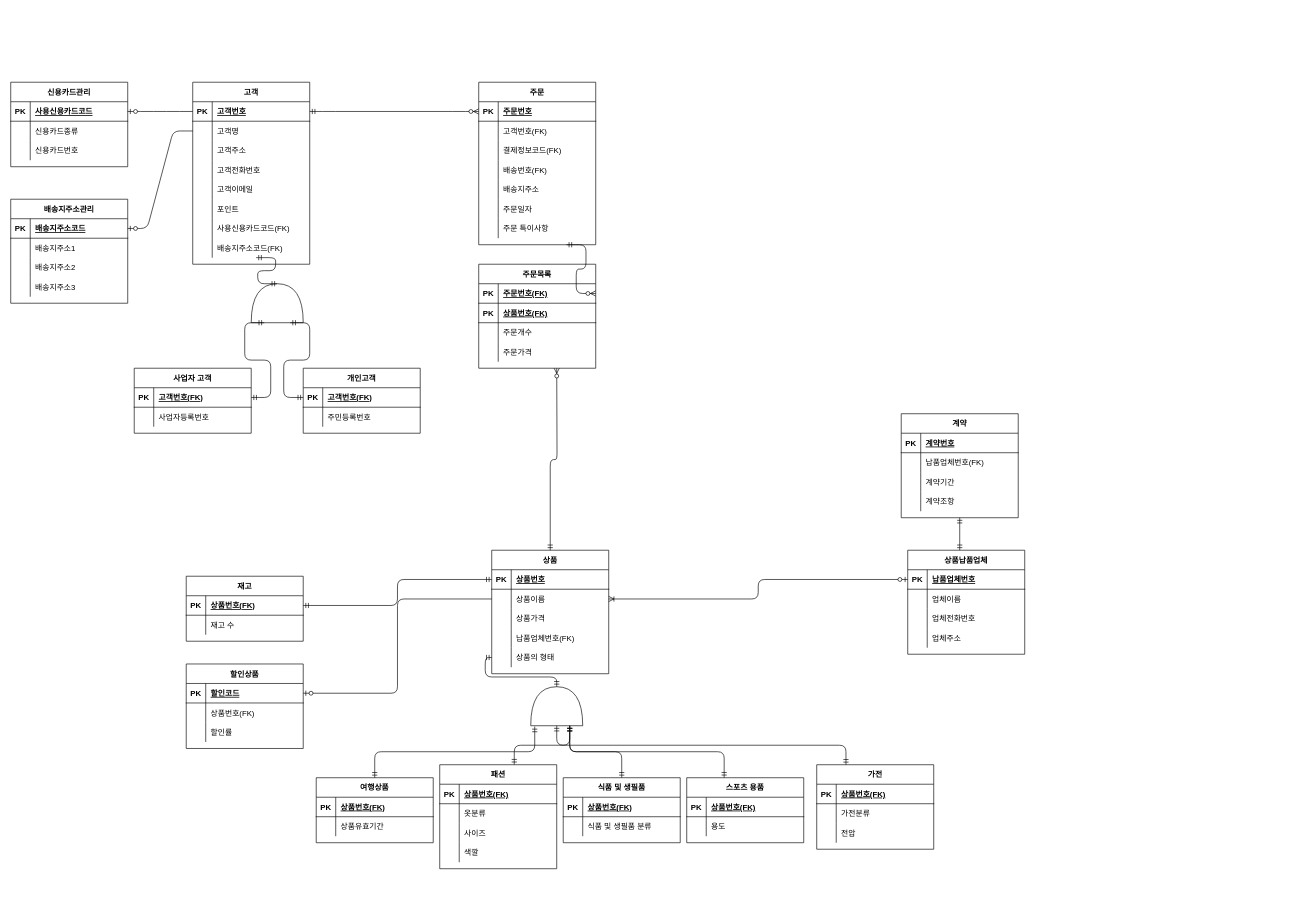
Before: Gmarket.drawio in iks15174/block_crash_javascripte, a draw.io diagram. Source tidied: cells renumbered, new cells numbered last; positions are measured from the earlier drawing's top-left corner, leaving out a move shared by most shapes. Both pictures are drawn from the tidied source at 65%, with x=0, y=0 at pixel (10, 82).
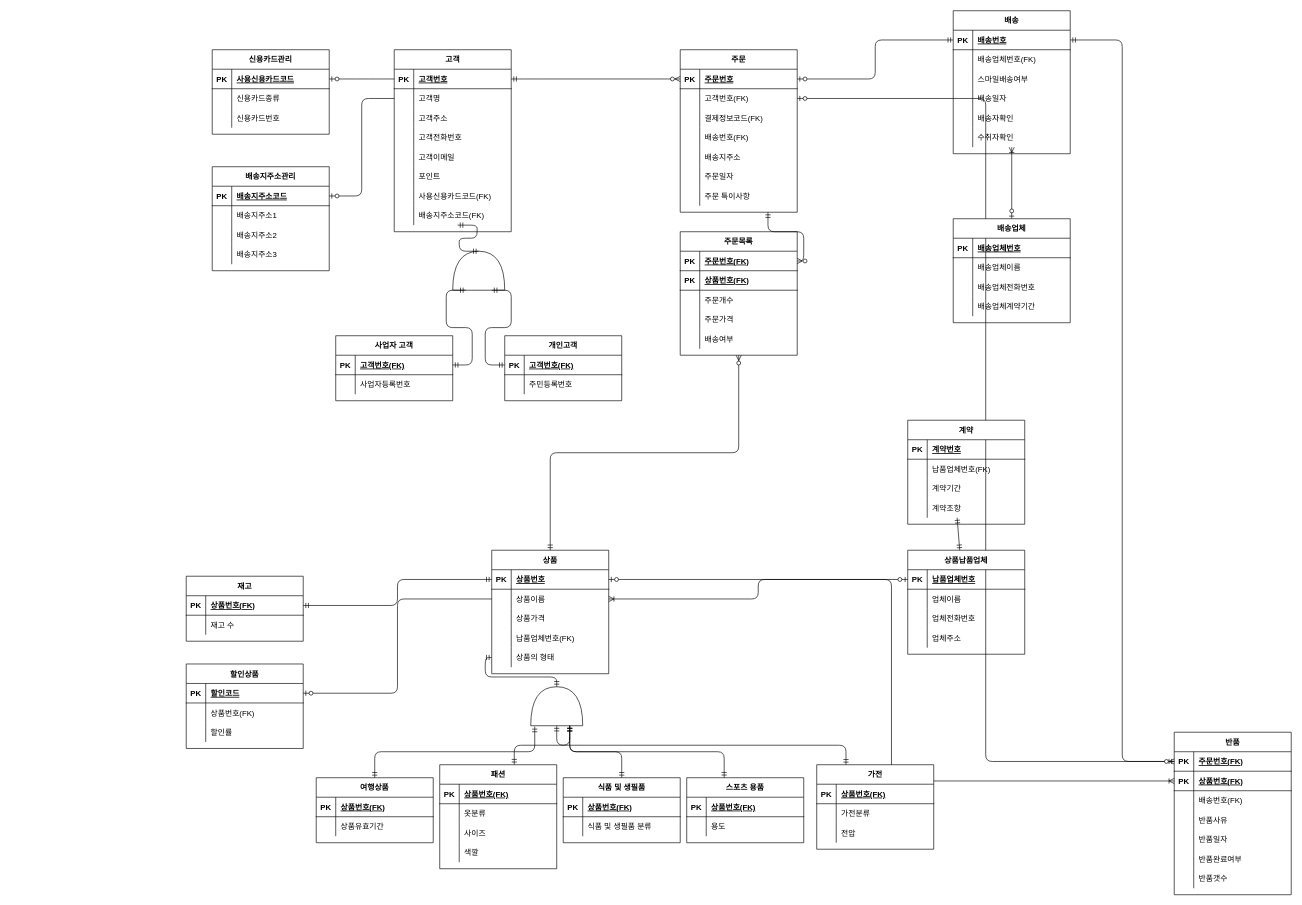
The same diagram, later.

Commit message:
고객센터 및 결제 방법만 추가하면됨

The change refers to these unchanged cells:
```xml
<mxCell id="6" style="shape=partialRectangle;fillColor=none;top=0;left=0;bottom=0;right=0;points=[[0,0.5],[1,0.5]];portConstraint=eastwest;" parent="2" vertex="1">
  <mxGeometry y="60" width="180" height="30" as="geometry" />
</mxCell>
<mxCell id="38" style="shape=partialRectangle;fillColor=none;top=0;left=0;bottom=1;right=0;points=[[0,0.5],[1,0.5]];portConstraint=eastwest;" parent="37" vertex="1">
  <mxGeometry y="30" width="180" height="30" as="geometry" />
</mxCell>
<mxCell id="71" style="shape=partialRectangle;fillColor=none;top=0;left=0;bottom=1;right=0;points=[[0,0.5],[1,0.5]];portConstraint=eastwest;" parent="70" vertex="1">
  <mxGeometry y="30" width="180" height="30" as="geometry" />
</mxCell>
<mxCell id="74" style="shape=partialRectangle;fillColor=none;top=0;left=0;bottom=0;right=0;points=[[0,0.5],[1,0.5]];portConstraint=eastwest;" parent="70" vertex="1">
  <mxGeometry y="60" width="180" height="30" as="geometry" />
</mxCell>
<mxCell id="93" style="shape=partialRectangle;fillColor=none;top=0;left=0;bottom=1;right=0;points=[[0,0.5],[1,0.5]];portConstraint=eastwest;" parent="92" vertex="1">
  <mxGeometry y="30" width="180" height="30" as="geometry" />
</mxCell>
<mxCell id="114" value="상품" style="shape=table;startSize=30;childLayout=tableLayout;rowLines=0;fontStyle=1;align=center;" parent="1" vertex="1">
  <mxGeometry x="740" y="720" width="180" height="190" as="geometry" />
</mxCell>
<mxCell id="115" style="shape=partialRectangle;fillColor=none;top=0;left=0;bottom=1;right=0;points=[[0,0.5],[1,0.5]];portConstraint=eastwest;" parent="114" vertex="1">
  <mxGeometry y="30" width="180" height="30" as="geometry" />
</mxCell>
```

Change to the diagram source:
```diff
@@
+    <mxCell id="222" style="edgeStyle=orthogonalEdgeStyle;fontSize=12;html=1;endArrow=ERoneToMany;startArrow=ERzeroToOne;entryX=0;entryY=0.5;entryDx=0;entryDy=0;exitX=1;exitY=0.5;exitDx=0;exitDy=0;" parent="1" edge="1" source="115" target="265">
+      <mxGeometry relative="1" as="geometry" />
+    </mxCell>
+    <mxCell id="223" style="edgeStyle=orthogonalEdgeStyle;fontSize=12;html=1;endArrow=ERoneToMany;startArrow=ERzeroToOne;entryX=0;entryY=0.5;entryDx=0;entryDy=0;" parent="1" edge="1" source="74" target="262">
+      <mxGeometry relative="1" as="geometry" />
+    </mxCell>
     <mxCell id="2" value="고객" style="shape=table;startSize=30;childLayout=tableLayout;rowLines=0;fontStyle=1;align=center;" parent="1" vertex="1">
-      <mxGeometry x="280" width="180" height="280" as="geometry" />
+      <mxGeometry x="590" y="-50" width="180" height="280" as="geometry" />
     </mxCell>
@@
     <mxCell id="27" value="신용카드관리" style="shape=table;startSize=30;childLayout=tableLayout;rowLines=0;fontStyle=1;align=center;" parent="1" vertex="1">
-      <mxGeometry width="180" height="130" as="geometry" />
+      <mxGeometry x="310" y="-50" width="180" height="130" as="geometry" />
     </mxCell>
@@
     <mxCell id="37" value="배송지주소관리" style="shape=table;startSize=30;childLayout=tableLayout;rowLines=0;fontStyle=1;align=center;" parent="1" vertex="1">
-      <mxGeometry y="180" width="180" height="160" as="geometry" />
+      <mxGeometry x="310" y="130" width="180" height="160" as="geometry" />
     </mxCell>
@@
-    <mxCell id="50" style="edgeStyle=entityRelationEdgeStyle;fontSize=12;html=1;endArrow=ERzeroToOne;endFill=1;entryX=1;entryY=0.5;entryDx=0;entryDy=0;exitX=0;exitY=0.5;exitDx=0;exitDy=0;" parent="1" edge="1" source="6" target="38">
+    <mxCell id="50" style="edgeStyle=orthogonalEdgeStyle;fontSize=12;html=1;endArrow=ERzeroToOne;endFill=1;entryX=1;entryY=0.5;entryDx=0;entryDy=0;exitX=0;exitY=0.5;exitDx=0;exitDy=0;" parent="1" edge="1" source="6" target="38">
       <mxGeometry relative="1" as="geometry" />
     </mxCell>
@@
     <mxCell id="52" style="shape=or;whiteSpace=wrap;html=1;rotation=-90;" parent="1" vertex="1">
-      <mxGeometry x="380" y="300" width="60" height="80" as="geometry" />
+      <mxGeometry x="690" y="250" width="60" height="80" as="geometry" />
     </mxCell>
     <mxCell id="53" value="개인고객" style="shape=table;startSize=30;childLayout=tableLayout;rowLines=0;fontStyle=1;align=center;" parent="1" vertex="1">
-      <mxGeometry x="450" y="440" width="180" height="100" as="geometry" />
+      <mxGeometry x="760" y="390" width="180" height="100" as="geometry" />
     </mxCell>
@@
     <mxCell id="60" value="사업자 고객" style="shape=table;startSize=30;childLayout=tableLayout;rowLines=0;fontStyle=1;align=center;" parent="1" vertex="1">
-      <mxGeometry x="190" y="440" width="180" height="100" as="geometry" />
+      <mxGeometry x="500" y="390" width="180" height="100" as="geometry" />
     </mxCell>
@@
     <mxCell id="70" value="주문" style="shape=table;startSize=30;childLayout=tableLayout;rowLines=0;fontStyle=1;align=center;" parent="1" vertex="1">
-      <mxGeometry x="720" width="180" height="250" as="geometry" />
+      <mxGeometry x="1030" y="-50" width="180" height="250" as="geometry" />
     </mxCell>
@@
     <mxCell id="92" value="주문목록" style="shape=table;startSize=30;childLayout=tableLayout;rowLines=0;fontStyle=1;align=center;" parent="1" vertex="1">
-      <mxGeometry x="720" y="280" width="180" height="160" as="geometry" />
+      <mxGeometry x="1030" y="230" width="180" height="190" as="geometry" />
     </mxCell>
@@
+    <mxCell id="224" style="shape=partialRectangle;fillColor=none;top=0;left=0;bottom=0;right=0;" parent="92" vertex="1">
+      <mxGeometry y="150" width="180" height="30" as="geometry" />
+    </mxCell>
+    <mxCell id="225" style="shape=partialRectangle;fillColor=none;top=0;left=0;bottom=0;right=0;overflow=hidden;" parent="224" vertex="1">
+      <mxGeometry width="30" height="30" as="geometry" />
+    </mxCell>
+    <mxCell id="226" value="배송여부" style="shape=partialRectangle;fillColor=none;top=0;left=0;bottom=0;right=0;align=left;spacingLeft=6;overflow=hidden;" parent="224" vertex="1">
+      <mxGeometry x="30" width="150" height="30" as="geometry" />
+    </mxCell>
@@
-    <mxCell id="106" style="edgeStyle=entityRelationEdgeStyle;fontSize=12;html=1;endArrow=ERzeroToMany;startArrow=ERmandOne;entryX=1;entryY=0.5;entryDx=0;entryDy=0;exitX=0.75;exitY=1;exitDx=0;exitDy=0;" parent="1" edge="1" source="70" target="93">
+    <mxCell id="106" style="edgeStyle=orthogonalEdgeStyle;fontSize=12;html=1;endArrow=ERzeroToMany;startArrow=ERmandOne;entryX=1;entryY=0.5;entryDx=0;entryDy=0;exitX=0.75;exitY=1;exitDx=0;exitDy=0;" parent="1" edge="1" source="70" target="93">
       <mxGeometry relative="1" as="geometry" />
     </mxCell>
@@
-    <mxCell id="182" style="edgeStyle=orthogonalEdgeStyle;fontSize=12;html=1;endArrow=ERzeroToMany;startArrow=ERmandOne;exitX=0.5;exitY=0;exitDx=0;exitDy=0;" parent="1" edge="1" source="114">
-      <mxGeometry relative="1" as="geometry">
-        <mxPoint x="840" y="440" as="targetPoint" />
-      </mxGeometry>
+    <mxCell id="182" style="edgeStyle=orthogonalEdgeStyle;fontSize=12;html=1;endArrow=ERzeroToMany;startArrow=ERmandOne;exitX=0.5;exitY=0;exitDx=0;exitDy=0;entryX=0.5;entryY=1;entryDx=0;entryDy=0;" parent="1" edge="1" source="114" target="92">
+      <mxGeometry relative="1" as="geometry" />
     </mxCell>
@@
     <mxCell id="207" value="계약" style="shape=table;startSize=30;childLayout=tableLayout;rowLines=0;fontStyle=1;align=center;" parent="1" vertex="1">
-      <mxGeometry x="1370" y="510" width="180" height="160" as="geometry" />
+      <mxGeometry x="1380" y="520" width="180" height="160" as="geometry" />
     </mxCell>
@@
-    <mxCell id="220" style="fontSize=12;html=1;endArrow=ERmandOne;startArrow=ERmandOne;entryX=0.5;entryY=1;entryDx=0;entryDy=0;" parent="1" edge="1" target="207">
+    <mxCell id="220" style="fontSize=12;html=1;endArrow=ERmandOne;startArrow=ERmandOne;" parent="1" edge="1">
       <mxGeometry relative="1" as="geometry">
         <mxPoint x="1460" y="720" as="sourcePoint" />
+        <mxPoint x="1456" y="670" as="targetPoint" />
       </mxGeometry>
     </mxCell>
@@
+    <mxCell id="227" value="배송" style="shape=table;startSize=30;childLayout=tableLayout;rowLines=0;fontStyle=1;align=center;" parent="1" vertex="1">
+      <mxGeometry x="1450" y="-110" width="180" height="220" as="geometry" />
+    </mxCell>
+    <mxCell id="228" style="shape=partialRectangle;fillColor=none;top=0;left=0;bottom=1;right=0;points=[[0,0.5],[1,0.5]];portConstraint=eastwest;" parent="227" vertex="1">
+      <mxGeometry y="30" width="180" height="30" as="geometry" />
+    </mxCell>
+    <mxCell id="229" value="PK" style="shape=partialRectangle;fillColor=none;top=0;left=0;bottom=0;right=0;fontStyle=1;overflow=hidden;" parent="228" vertex="1">
+      <mxGeometry width="30" height="30" as="geometry" />
+    </mxCell>
+    <mxCell id="230" value="배송번호" style="shape=partialRectangle;fillColor=none;top=0;left=0;bottom=0;right=0;align=left;spacingLeft=6;fontStyle=5;overflow=hidden;" parent="228" vertex="1">
+      <mxGeometry x="30" width="150" height="30" as="geometry" />
+    </mxCell>
+    <mxCell id="231" style="shape=partialRectangle;fillColor=none;top=0;left=0;bottom=0;right=0;" parent="227" vertex="1">
+      <mxGeometry y="60" width="180" height="30" as="geometry" />
+    </mxCell>
+    <mxCell id="232" style="shape=partialRectangle;fillColor=none;top=0;left=0;bottom=0;right=0;overflow=hidden;" parent="231" vertex="1">
+      <mxGeometry width="30" height="30" as="geometry" />
+    </mxCell>
+    <mxCell id="233" value="배송업체번호(FK)" style="shape=partialRectangle;fillColor=none;top=0;left=0;bottom=0;right=0;align=left;spacingLeft=6;overflow=hidden;" parent="231" vertex="1">
+      <mxGeometry x="30" width="150" height="30" as="geometry" />
+    </mxCell>
+    <mxCell id="234" style="shape=partialRectangle;fillColor=none;top=0;left=0;bottom=0;right=0;" parent="227" vertex="1">
+      <mxGeometry y="90" width="180" height="30" as="geometry" />
+    </mxCell>
+    <mxCell id="235" style="shape=partialRectangle;fillColor=none;top=0;left=0;bottom=0;right=0;overflow=hidden;" parent="234" vertex="1">
+      <mxGeometry width="30" height="30" as="geometry" />
+    </mxCell>
+    <mxCell id="236" value="스마일배송여부" style="shape=partialRectangle;fillColor=none;top=0;left=0;bottom=0;right=0;align=left;spacingLeft=6;overflow=hidden;" parent="234" vertex="1">
+      <mxGeometry x="30" width="150" height="30" as="geometry" />
+    </mxCell>
+    <mxCell id="237" style="shape=partialRectangle;fillColor=none;top=0;left=0;bottom=0;right=0;" parent="227" vertex="1">
+      <mxGeometry y="120" width="180" height="30" as="geometry" />
+    </mxCell>
+    <mxCell id="238" style="shape=partialRectangle;fillColor=none;top=0;left=0;bottom=0;right=0;overflow=hidden;" parent="237" vertex="1">
+      <mxGeometry width="30" height="30" as="geometry" />
+    </mxCell>
+    <mxCell id="239" value="배송일자" style="shape=partialRectangle;fillColor=none;top=0;left=0;bottom=0;right=0;align=left;spacingLeft=6;overflow=hidden;" parent="237" vertex="1">
+      <mxGeometry x="30" width="150" height="30" as="geometry" />
+    </mxCell>
+    <mxCell id="240" style="shape=partialRectangle;fillColor=none;top=0;left=0;bottom=0;right=0;" parent="227" vertex="1">
+      <mxGeometry y="150" width="180" height="30" as="geometry" />
+    </mxCell>
+    <mxCell id="241" style="shape=partialRectangle;fillColor=none;top=0;left=0;bottom=0;right=0;overflow=hidden;" parent="240" vertex="1">
+      <mxGeometry width="30" height="30" as="geometry" />
+    </mxCell>
+    <mxCell id="242" value="배송자확인" style="shape=partialRectangle;fillColor=none;top=0;left=0;bottom=0;right=0;align=left;spacingLeft=6;overflow=hidden;" parent="240" vertex="1">
+      <mxGeometry x="30" width="150" height="30" as="geometry" />
+    </mxCell>
+    <mxCell id="243" style="shape=partialRectangle;fillColor=none;top=0;left=0;bottom=0;right=0;points=[[0,0.5],[1,0.5]];portConstraint=eastwest;" parent="227" vertex="1">
+      <mxGeometry y="180" width="180" height="30" as="geometry" />
+    </mxCell>
+    <mxCell id="244" style="shape=partialRectangle;fillColor=none;top=0;left=0;bottom=0;right=0;overflow=hidden;" parent="243" vertex="1">
+      <mxGeometry width="30" height="30" as="geometry" />
+    </mxCell>
+    <mxCell id="245" value="수취자확인" style="shape=partialRectangle;fillColor=none;top=0;left=0;bottom=0;right=0;align=left;spacingLeft=6;overflow=hidden;" parent="243" vertex="1">
+      <mxGeometry x="30" width="150" height="30" as="geometry" />
+    </mxCell>
+    <mxCell id="246" value="배송업체" style="shape=table;startSize=30;childLayout=tableLayout;rowLines=0;fontStyle=1;align=center;" parent="1" vertex="1">
+      <mxGeometry x="1450" y="210" width="180" height="160" as="geometry" />
+    </mxCell>
+    <mxCell id="247" style="shape=partialRectangle;fillColor=none;top=0;left=0;bottom=1;right=0;" parent="246" vertex="1">
+      <mxGeometry y="30" width="180" height="30" as="geometry" />
+    </mxCell>
+    <mxCell id="248" value="PK" style="shape=partialRectangle;fillColor=none;top=0;left=0;bottom=0;right=0;fontStyle=1;overflow=hidden;" parent="247" vertex="1">
+      <mxGeometry width="30" height="30" as="geometry" />
+    </mxCell>
+    <mxCell id="249" value="배송업체번호" style="shape=partialRectangle;fillColor=none;top=0;left=0;bottom=0;right=0;align=left;spacingLeft=6;fontStyle=5;overflow=hidden;" parent="247" vertex="1">
+      <mxGeometry x="30" width="150" height="30" as="geometry" />
+    </mxCell>
+    <mxCell id="250" style="shape=partialRectangle;fillColor=none;top=0;left=0;bottom=0;right=0;" parent="246" vertex="1">
+      <mxGeometry y="60" width="180" height="30" as="geometry" />
+    </mxCell>
+    <mxCell id="251" style="shape=partialRectangle;fillColor=none;top=0;left=0;bottom=0;right=0;overflow=hidden;" parent="250" vertex="1">
+      <mxGeometry width="30" height="30" as="geometry" />
+    </mxCell>
+    <mxCell id="252" value="배송업체이름" style="shape=partialRectangle;fillColor=none;top=0;left=0;bottom=0;right=0;align=left;spacingLeft=6;overflow=hidden;" parent="250" vertex="1">
+      <mxGeometry x="30" width="150" height="30" as="geometry" />
+    </mxCell>
+    <mxCell id="253" style="shape=partialRectangle;fillColor=none;top=0;left=0;bottom=0;right=0;" parent="246" vertex="1">
+      <mxGeometry y="90" width="180" height="30" as="geometry" />
+    </mxCell>
+    <mxCell id="254" style="shape=partialRectangle;fillColor=none;top=0;left=0;bottom=0;right=0;overflow=hidden;" parent="253" vertex="1">
+      <mxGeometry width="30" height="30" as="geometry" />
+    </mxCell>
+    <mxCell id="255" value="배송업체전화번호" style="shape=partialRectangle;fillColor=none;top=0;left=0;bottom=0;right=0;align=left;spacingLeft=6;overflow=hidden;" parent="253" vertex="1">
+      <mxGeometry x="30" width="150" height="30" as="geometry" />
+    </mxCell>
+    <mxCell id="256" style="shape=partialRectangle;fillColor=none;top=0;left=0;bottom=0;right=0;" parent="246" vertex="1">
+      <mxGeometry y="120" width="180" height="30" as="geometry" />
+    </mxCell>
+    <mxCell id="257" style="shape=partialRectangle;fillColor=none;top=0;left=0;bottom=0;right=0;overflow=hidden;" parent="256" vertex="1">
+      <mxGeometry width="30" height="30" as="geometry" />
+    </mxCell>
+    <mxCell id="258" value="배송업체계약기간" style="shape=partialRectangle;fillColor=none;top=0;left=0;bottom=0;right=0;align=left;spacingLeft=6;overflow=hidden;" parent="256" vertex="1">
+      <mxGeometry x="30" width="150" height="30" as="geometry" />
+    </mxCell>
+    <mxCell id="259" style="fontSize=12;html=1;endArrow=ERoneToMany;startArrow=ERzeroToOne;exitX=0.5;exitY=0;exitDx=0;exitDy=0;" parent="1" edge="1" source="246" target="243">
+      <mxGeometry relative="1" as="geometry" />
+    </mxCell>
+    <mxCell id="260" style="edgeStyle=orthogonalEdgeStyle;fontSize=12;html=1;endArrow=ERzeroToOne;startArrow=ERmandOne;exitX=0;exitY=0.5;exitDx=0;exitDy=0;" parent="1" edge="1" source="228" target="71">
+      <mxGeometry relative="1" as="geometry" />
+    </mxCell>
+    <mxCell id="261" value="반품" style="shape=table;startSize=30;childLayout=tableLayout;rowLines=0;fontStyle=1;align=center;" parent="1" vertex="1">
+      <mxGeometry x="1790" y="1000" width="180" height="250" as="geometry" />
+    </mxCell>
+    <mxCell id="262" style="shape=partialRectangle;fillColor=none;top=0;left=0;bottom=1;right=0;points=[[0,0.5],[1,0.5]];portConstraint=eastwest;" parent="261" vertex="1">
+      <mxGeometry y="30" width="180" height="30" as="geometry" />
+    </mxCell>
+    <mxCell id="263" value="PK" style="shape=partialRectangle;fillColor=none;top=0;left=0;bottom=0;right=0;fontStyle=1;overflow=hidden;" parent="262" vertex="1">
+      <mxGeometry width="30" height="30" as="geometry" />
+    </mxCell>
+    <mxCell id="264" value="주문번호(FK)" style="shape=partialRectangle;fillColor=none;top=0;left=0;bottom=0;right=0;align=left;spacingLeft=6;fontStyle=5;overflow=hidden;" parent="262" vertex="1">
+      <mxGeometry x="30" width="150" height="30" as="geometry" />
+    </mxCell>
+    <mxCell id="265" style="shape=partialRectangle;fillColor=none;top=0;left=0;bottom=1;right=0;points=[[0,0.5],[1,0.5]];portConstraint=eastwest;" parent="261" vertex="1">
+      <mxGeometry y="60" width="180" height="30" as="geometry" />
+    </mxCell>
+    <mxCell id="266" value="PK" style="shape=partialRectangle;fillColor=none;top=0;left=0;bottom=0;right=0;fontStyle=1;overflow=hidden;" parent="265" vertex="1">
+      <mxGeometry width="30" height="30" as="geometry" />
+    </mxCell>
+    <mxCell id="267" value="상품번호(FK)" style="shape=partialRectangle;fillColor=none;top=0;left=0;bottom=0;right=0;align=left;spacingLeft=6;fontStyle=5;overflow=hidden;" parent="265" vertex="1">
+      <mxGeometry x="30" width="150" height="30" as="geometry" />
+    </mxCell>
+    <mxCell id="268" style="shape=partialRectangle;fillColor=none;top=0;left=0;bottom=0;right=0;" parent="261" vertex="1">
+      <mxGeometry y="90" width="180" height="30" as="geometry" />
+    </mxCell>
+    <mxCell id="269" style="shape=partialRectangle;fillColor=none;top=0;left=0;bottom=0;right=0;overflow=hidden;" parent="268" vertex="1">
+      <mxGeometry width="30" height="30" as="geometry" />
+    </mxCell>
+    <mxCell id="270" value="배송번호(FK)" style="shape=partialRectangle;fillColor=none;top=0;left=0;bottom=0;right=0;align=left;spacingLeft=6;overflow=hidden;" parent="268" vertex="1">
+      <mxGeometry x="30" width="150" height="30" as="geometry" />
+    </mxCell>
+    <mxCell id="271" style="shape=partialRectangle;fillColor=none;top=0;left=0;bottom=0;right=0;" parent="261" vertex="1">
+      <mxGeometry y="120" width="180" height="30" as="geometry" />
+    </mxCell>
+    <mxCell id="272" style="shape=partialRectangle;fillColor=none;top=0;left=0;bottom=0;right=0;overflow=hidden;" parent="271" vertex="1">
+      <mxGeometry width="30" height="30" as="geometry" />
+    </mxCell>
+    <mxCell id="273" value="반품사유" style="shape=partialRectangle;fillColor=none;top=0;left=0;bottom=0;right=0;align=left;spacingLeft=6;overflow=hidden;" parent="271" vertex="1">
+      <mxGeometry x="30" width="150" height="30" as="geometry" />
+    </mxCell>
+    <mxCell id="274" style="shape=partialRectangle;fillColor=none;top=0;left=0;bottom=0;right=0;" parent="261" vertex="1">
+      <mxGeometry y="150" width="180" height="30" as="geometry" />
+    </mxCell>
+    <mxCell id="275" style="shape=partialRectangle;fillColor=none;top=0;left=0;bottom=0;right=0;overflow=hidden;" parent="274" vertex="1">
+      <mxGeometry width="30" height="30" as="geometry" />
+    </mxCell>
+    <mxCell id="276" value="반품일자" style="shape=partialRectangle;fillColor=none;top=0;left=0;bottom=0;right=0;align=left;spacingLeft=6;overflow=hidden;" parent="274" vertex="1">
+      <mxGeometry x="30" width="150" height="30" as="geometry" />
+    </mxCell>
+    <mxCell id="277" style="shape=partialRectangle;fillColor=none;top=0;left=0;bottom=0;right=0;" parent="261" vertex="1">
+      <mxGeometry y="180" width="180" height="30" as="geometry" />
+    </mxCell>
+    <mxCell id="278" style="shape=partialRectangle;fillColor=none;top=0;left=0;bottom=0;right=0;overflow=hidden;" parent="277" vertex="1">
+      <mxGeometry width="30" height="30" as="geometry" />
+    </mxCell>
+    <mxCell id="279" value="반품완료여부" style="shape=partialRectangle;fillColor=none;top=0;left=0;bottom=0;right=0;align=left;spacingLeft=6;overflow=hidden;" parent="277" vertex="1">
+      <mxGeometry x="30" width="150" height="30" as="geometry" />
+    </mxCell>
+    <mxCell id="280" style="shape=partialRectangle;fillColor=none;top=0;left=0;bottom=0;right=0;" parent="261" vertex="1">
+      <mxGeometry y="210" width="180" height="30" as="geometry" />
+    </mxCell>
+    <mxCell id="281" style="shape=partialRectangle;fillColor=none;top=0;left=0;bottom=0;right=0;overflow=hidden;" parent="280" vertex="1">
+      <mxGeometry width="30" height="30" as="geometry" />
+    </mxCell>
+    <mxCell id="282" value="반품갯수" style="shape=partialRectangle;fillColor=none;top=0;left=0;bottom=0;right=0;align=left;spacingLeft=6;overflow=hidden;" parent="280" vertex="1">
+      <mxGeometry x="30" width="150" height="30" as="geometry" />
+    </mxCell>
+    <mxCell id="283" style="edgeStyle=orthogonalEdgeStyle;fontSize=12;html=1;endArrow=ERzeroToOne;startArrow=ERmandOne;exitX=1;exitY=0.5;exitDx=0;exitDy=0;" parent="1" edge="1" source="228" target="262">
+      <mxGeometry relative="1" as="geometry" />
+    </mxCell>
```
